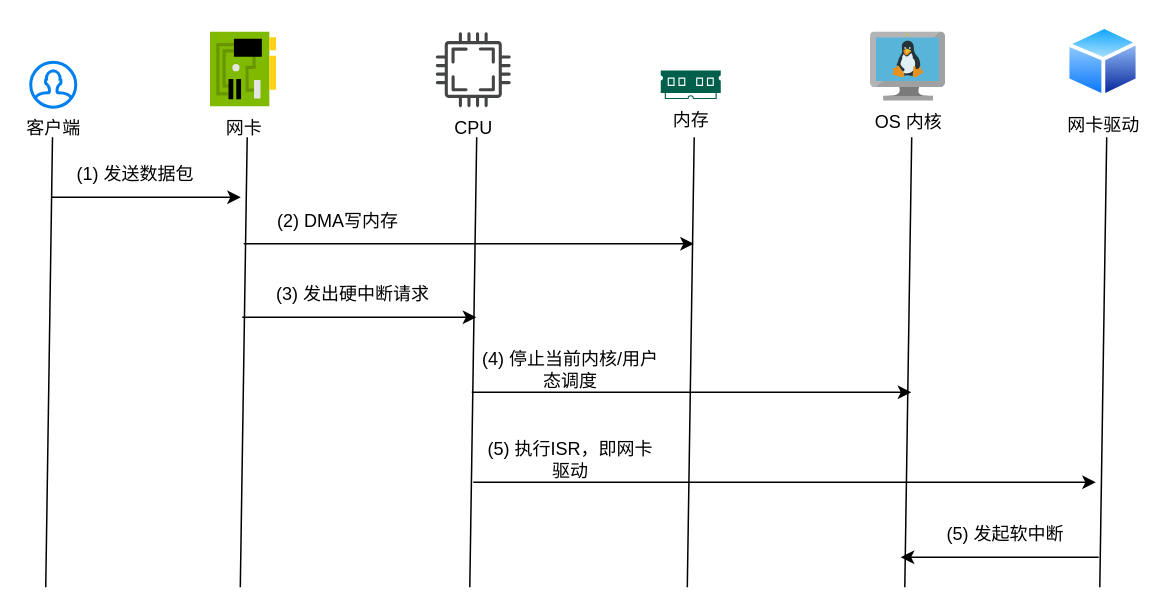
fsJerryChan/fsJerryChan keeps this draw.io diagram as recv_data_process.drawio. Above is the earlier version. Source tidied: cells renumbered, new cells numbered last; positions are measured from the earlier drawing's top-left corner, leaving out a move shared by most shapes. Both pictures are drawn from the tidied source at 150%, with x=0, y=0 at pixel (30, 26).
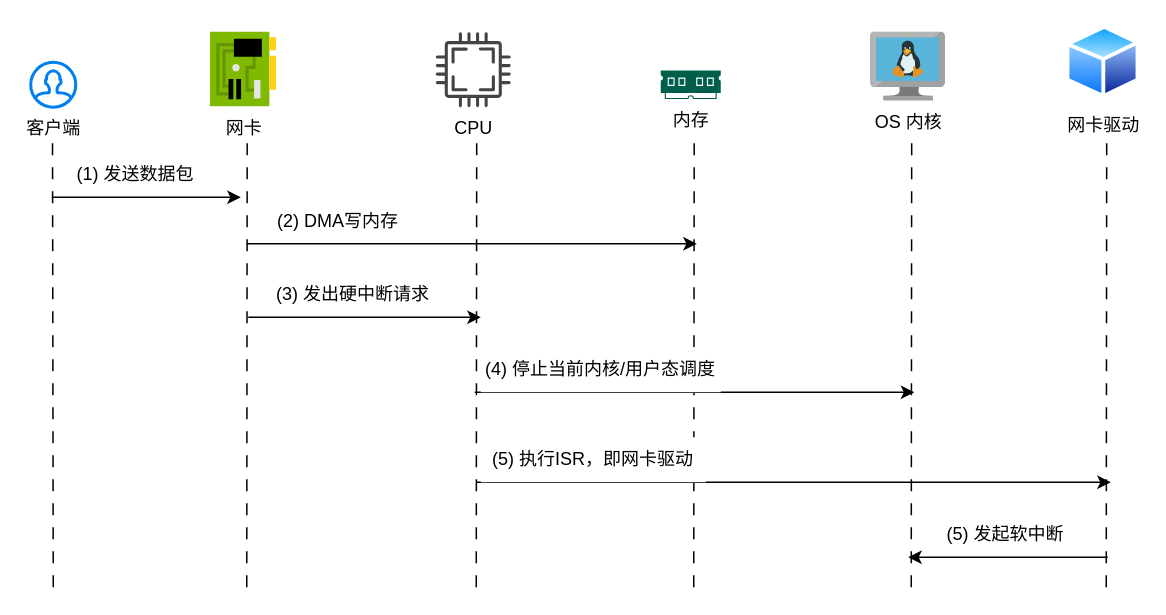
The same page after the edit.

The edit, as a diff of the source:
```diff
@@
-    <mxCell id="7" style="endArrow=none;html=1;rounded=0;" parent="1" edge="1">
+    <mxCell id="7" style="endArrow=none;html=1;rounded=0;dashed=1;dashPattern=8 8;" parent="1" edge="1">
       <mxGeometry relative="1" as="geometry">
-        <mxPoint x="10" y="374" as="sourcePoint" />
+        <mxPoint x="15" y="374" as="sourcePoint" />
         <mxPoint x="14.5" y="74" as="targetPoint" />
       </mxGeometry>
     </mxCell>
-    <mxCell id="8" style="endArrow=none;html=1;rounded=0;" parent="1" edge="1">
+    <mxCell id="8" style="endArrow=none;html=1;rounded=0;dashed=1;dashPattern=8 8;" parent="1" edge="1">
       <mxGeometry relative="1" as="geometry">
-        <mxPoint x="139.7" y="374" as="sourcePoint" />
+        <mxPoint x="144" y="374" as="sourcePoint" />
         <mxPoint x="144.3" y="74" as="targetPoint" />
       </mxGeometry>
     </mxCell>
@@
-    <mxCell id="11" style="endArrow=none;html=1;rounded=0;" parent="1" edge="1">
+    <mxCell id="11" style="endArrow=none;html=1;rounded=0;dashed=1;dashPattern=8 8;" parent="1" edge="1">
       <mxGeometry relative="1" as="geometry">
-        <mxPoint x="292.7" y="374" as="sourcePoint" />
+        <mxPoint x="297" y="374" as="sourcePoint" />
         <mxPoint x="297.3" y="74" as="targetPoint" />
       </mxGeometry>
     </mxCell>
-    <mxCell id="12" style="endArrow=none;html=1;rounded=0;" parent="1" edge="1">
+    <mxCell id="12" style="endArrow=none;html=1;rounded=0;dashed=1;dashPattern=8 8;" parent="1" edge="1">
       <mxGeometry relative="1" as="geometry">
-        <mxPoint x="437.7" y="374" as="sourcePoint" />
+        <mxPoint x="442" y="374" as="sourcePoint" />
         <mxPoint x="442.3" y="74" as="targetPoint" />
       </mxGeometry>
     </mxCell>
     <mxCell id="13" style="endArrow=classic;html=1;rounded=0;" parent="1" edge="1">
       <mxGeometry relative="1" as="geometry">
-        <mxPoint x="142" y="145" as="sourcePoint" />
-        <mxPoint x="442" y="145" as="targetPoint" />
+        <mxPoint x="144" y="145" as="sourcePoint" />
+        <mxPoint x="444" y="145" as="targetPoint" />
       </mxGeometry>
     </mxCell>
@@
-    <mxCell id="15" style="endArrow=none;html=1;rounded=0;" parent="1" edge="1">
+    <mxCell id="15" style="endArrow=none;html=1;rounded=0;dashed=1;dashPattern=8 8;" parent="1" edge="1">
       <mxGeometry relative="1" as="geometry">
-        <mxPoint x="582.7" y="374" as="sourcePoint" />
+        <mxPoint x="587" y="374" as="sourcePoint" />
         <mxPoint x="587.3" y="74" as="targetPoint" />
       </mxGeometry>
     </mxCell>
     <mxCell id="16" style="endArrow=classic;html=1;rounded=0;" parent="1" edge="1">
       <mxGeometry relative="1" as="geometry">
-        <mxPoint x="141" y="194" as="sourcePoint" />
-        <mxPoint x="297" y="194" as="targetPoint" />
+        <mxPoint x="145" y="194" as="sourcePoint" />
+        <mxPoint x="300" y="194" as="targetPoint" />
       </mxGeometry>
     </mxCell>
@@
     <mxCell id="18" style="endArrow=classic;html=1;rounded=0;" parent="1" edge="1">
       <mxGeometry relative="1" as="geometry">
-        <mxPoint x="294" y="244" as="sourcePoint" />
-        <mxPoint x="587" y="244" as="targetPoint" />
+        <mxPoint x="296" y="244" as="sourcePoint" />
+        <mxPoint x="589" y="244" as="targetPoint" />
       </mxGeometry>
     </mxCell>
-    <mxCell id="19" value="(4) 停止当前内核/用户态调度" style="text;strokeColor=none;align=center;fillColor=none;html=1;verticalAlign=middle;whiteSpace=wrap;rounded=0;" parent="1" vertex="1">
-      <mxGeometry x="300" y="214" width="120" height="30" as="geometry" />
+    <mxCell id="19" value="(4) 停止当前内核/用户态调度" style="text;strokeColor=none;align=center;fillColor=#FFFFFF;html=1;verticalAlign=middle;whiteSpace=wrap;rounded=0;" parent="1" vertex="1">
+      <mxGeometry x="300" y="214" width="160" height="30" as="geometry" />
     </mxCell>
@@
-    <mxCell id="21" style="endArrow=none;html=1;rounded=0;" parent="1" edge="1">
+    <mxCell id="21" style="endArrow=none;html=1;rounded=0;dashed=1;dashPattern=8 8;" parent="1" edge="1">
       <mxGeometry relative="1" as="geometry">
-        <mxPoint x="712.7" y="374" as="sourcePoint" />
+        <mxPoint x="717" y="374" as="sourcePoint" />
         <mxPoint x="717.3" y="74" as="targetPoint" />
       </mxGeometry>
     </mxCell>
     <mxCell id="22" style="endArrow=classic;html=1;rounded=0;" parent="1" edge="1">
       <mxGeometry relative="1" as="geometry">
-        <mxPoint x="295" y="304" as="sourcePoint" />
-        <mxPoint x="710" y="304" as="targetPoint" />
+        <mxPoint x="297" y="304" as="sourcePoint" />
+        <mxPoint x="720" y="304" as="targetPoint" />
       </mxGeometry>
     </mxCell>
-    <mxCell id="23" value="(5) 执行ISR，即网卡驱动" style="text;strokeColor=none;align=center;fillColor=none;html=1;verticalAlign=middle;whiteSpace=wrap;rounded=0;" parent="1" vertex="1">
-      <mxGeometry x="300" y="274" width="120" height="30" as="geometry" />
+    <mxCell id="23" value="(5) 执行ISR，即网卡驱动" style="text;strokeColor=none;align=center;fillColor=#FFFFFF;html=1;verticalAlign=middle;whiteSpace=wrap;rounded=0;" parent="1" vertex="1">
+      <mxGeometry x="300" y="274" width="150" height="30" as="geometry" />
     </mxCell>
     <mxCell id="24" style="endArrow=classic;html=1;rounded=0;" parent="1" edge="1">
       <mxGeometry relative="1" as="geometry">
-        <mxPoint x="712" y="354" as="sourcePoint" />
-        <mxPoint x="580" y="354" as="targetPoint" />
+        <mxPoint x="718" y="354" as="sourcePoint" />
+        <mxPoint x="585" y="354" as="targetPoint" />
       </mxGeometry>
     </mxCell>
```
